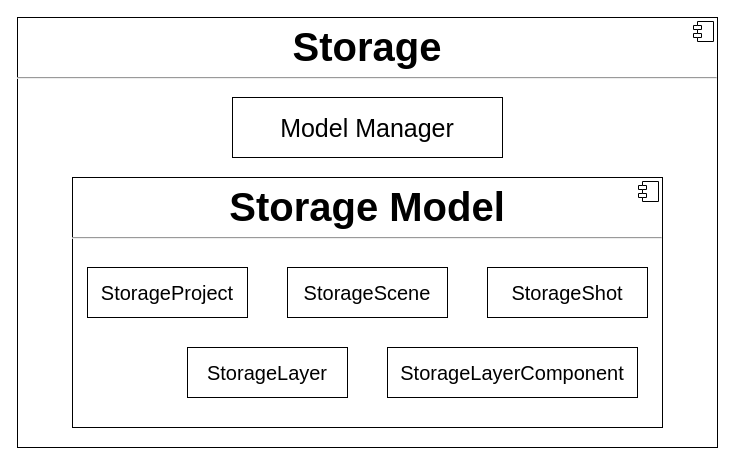
Above: diagrams/StorageDiagram.drawio in CS3217-Storyteller/storyteller-app (draw.io), before the change. Source tidied: cells renumbered, new cells numbered last; positions are measured from the earlier drawing's top-left corner, leaving out a move shared by most shapes. Both pictures are drawn from the tidied source at 100%, with x=0, y=0 at pixel (17, 17).
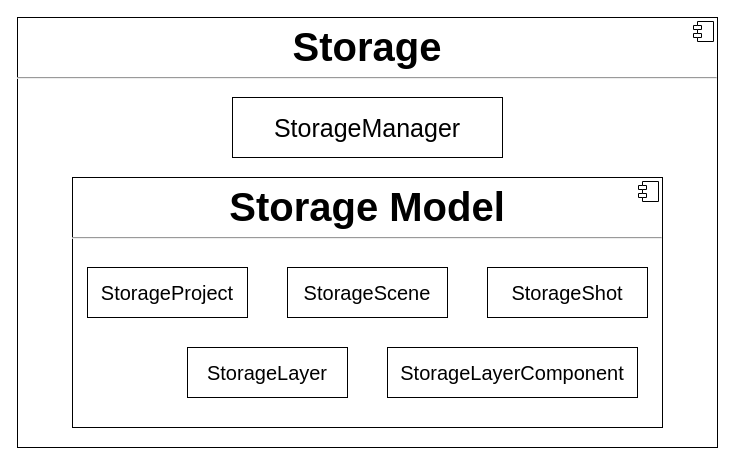
The same page after the edit.

Commit message (it also covers changes not shown here):
Fix storage diagram class name

Diff of the diagram source:
```diff
@@
 <mxGraphModel>
   <root>
     <mxCell id="0" />
     <mxCell id="1" parent="0" />
     <mxCell id="2" value="&lt;p style=&quot;margin: 0px ; margin-top: 6px ; text-align: center&quot;&gt;&lt;b&gt;&lt;font style=&quot;font-size: 40px&quot;&gt;Storage&lt;/font&gt;&lt;/b&gt;&lt;/p&gt;&lt;hr&gt;&lt;p style=&quot;margin: 0px ; margin-left: 8px&quot;&gt;&lt;br&gt;&lt;/p&gt;" style="align=left;overflow=fill;html=1;" parent="1" vertex="1">
       <mxGeometry width="700" height="430" as="geometry" />
     </mxCell>
     <mxCell id="3" style="shape=component;jettyWidth=8;jettyHeight=4;" parent="2" vertex="1">
       <mxGeometry x="1" width="20" height="20" relative="1" as="geometry">
         <mxPoint x="-24" y="4" as="offset" />
       </mxGeometry>
     </mxCell>
     <mxCell id="4" value="&lt;p style=&quot;margin: 0px ; margin-top: 6px ; text-align: center&quot;&gt;&lt;b&gt;&lt;font style=&quot;font-size: 40px&quot;&gt;Storage Model&lt;/font&gt;&lt;/b&gt;&lt;/p&gt;&lt;hr&gt;&lt;p style=&quot;margin: 0px ; margin-left: 8px&quot;&gt;&lt;br&gt;&lt;/p&gt;" style="align=left;overflow=fill;html=1;" parent="1" vertex="1">
       <mxGeometry x="55" y="160" width="590" height="250" as="geometry" />
     </mxCell>
     <mxCell id="5" style="shape=component;jettyWidth=8;jettyHeight=4;" parent="4" vertex="1">
       <mxGeometry x="1" width="20" height="20" relative="1" as="geometry">
         <mxPoint x="-24" y="4" as="offset" />
       </mxGeometry>
     </mxCell>
-    <mxCell id="6" value="&lt;font style=&quot;font-size: 25px&quot;&gt;Model Manager&lt;/font&gt;" style="rounded=0;whiteSpace=wrap;html=1;" parent="1" vertex="1">
+    <mxCell id="6" value="&lt;font style=&quot;font-size: 25px&quot;&gt;StorageManager&lt;/font&gt;" style="rounded=0;whiteSpace=wrap;html=1;" parent="1" vertex="1">
       <mxGeometry x="215" y="80" width="270" height="60" as="geometry" />
     </mxCell>
     <mxCell id="7" value="&lt;font style=&quot;font-size: 20px&quot;&gt;StorageProject&lt;/font&gt;" style="rounded=0;whiteSpace=wrap;html=1;" parent="1" vertex="1">
       <mxGeometry x="70" y="250" width="160" height="50" as="geometry" />
     </mxCell>
     <mxCell id="8" value="&lt;font style=&quot;font-size: 20px&quot;&gt;StorageScene&lt;/font&gt;" style="rounded=0;whiteSpace=wrap;html=1;" parent="1" vertex="1">
       <mxGeometry x="270" y="250" width="160" height="50" as="geometry" />
     </mxCell>
     <mxCell id="9" value="&lt;font style=&quot;font-size: 20px&quot;&gt;StorageShot&lt;/font&gt;" style="rounded=0;whiteSpace=wrap;html=1;" parent="1" vertex="1">
       <mxGeometry x="470" y="250" width="160" height="50" as="geometry" />
     </mxCell>
     <mxCell id="10" value="&lt;font style=&quot;font-size: 20px&quot;&gt;StorageLayer&lt;/font&gt;" style="rounded=0;whiteSpace=wrap;html=1;" parent="1" vertex="1">
       <mxGeometry x="170" y="330" width="160" height="50" as="geometry" />
     </mxCell>
     <mxCell id="11" value="&lt;font style=&quot;font-size: 20px&quot;&gt;StorageLayerComponent&lt;/font&gt;" style="rounded=0;whiteSpace=wrap;html=1;" parent="1" vertex="1">
       <mxGeometry x="370" y="330" width="250" height="50" as="geometry" />
     </mxCell>
   </root>
 </mxGraphModel>
```
